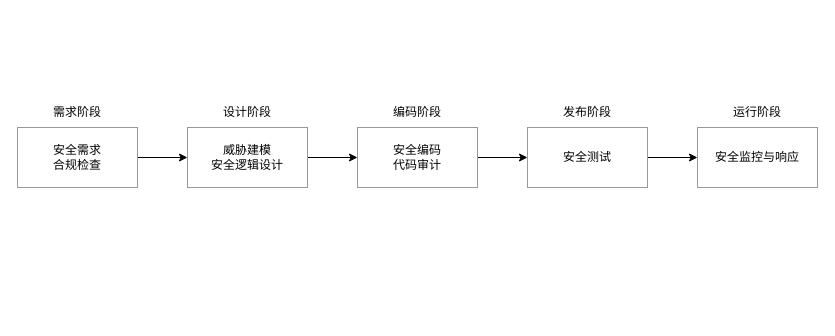
razor/1102_decoration keeps this draw.io diagram as page "SDLC" (5 of 5) of security_layer0.drawio. Above is the earlier version. Source tidied: cells renumbered, new cells numbered last; positions are measured from the earlier drawing's top-left corner, leaving out a move shared by most shapes. Both pictures are drawn from the tidied source at 100%, with x=0, y=0 at pixel (17, 97).
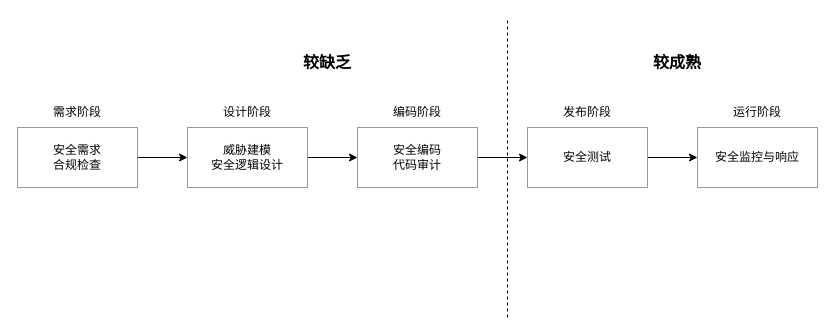
After the change.

The edit, as a diff of the source:
```diff
@@
 <mxGraphModel>
   <root>
     <mxCell id="0" />
     <mxCell id="1" parent="0" />
     <mxCell id="2" style="edgeStyle=orthogonalEdgeStyle;rounded=0;jettySize=auto;html=1;exitX=1;exitY=0.5;exitDx=0;exitDy=0;entryX=0;entryY=0.5;entryDx=0;entryDy=0;" parent="1" edge="1" source="3" target="6">
       <mxGeometry relative="1" as="geometry" />
     </mxCell>
     <mxCell id="3" value="安全需求&lt;br&gt;合规检查" style="rounded=0;whiteSpace=wrap;html=1;strokeColor=#999999;" parent="1" vertex="1">
       <mxGeometry y="30" width="120" height="60" as="geometry" />
     </mxCell>
     <mxCell id="4" value="需求阶段" style="text;html=1;strokeColor=none;fillColor=none;align=center;verticalAlign=middle;whiteSpace=wrap;rounded=0;" parent="1" vertex="1">
       <mxGeometry x="30" width="60" height="30" as="geometry" />
     </mxCell>
     <mxCell id="5" style="edgeStyle=orthogonalEdgeStyle;rounded=0;jettySize=auto;html=1;exitX=1;exitY=0.5;exitDx=0;exitDy=0;entryX=0;entryY=0.5;entryDx=0;entryDy=0;" parent="1" edge="1" source="6" target="9">
       <mxGeometry relative="1" as="geometry" />
     </mxCell>
     <mxCell id="6" value="威胁建模&lt;br&gt;安全逻辑设计" style="rounded=0;whiteSpace=wrap;html=1;strokeColor=#999999;" parent="1" vertex="1">
       <mxGeometry x="170" y="30" width="120" height="60" as="geometry" />
     </mxCell>
     <mxCell id="7" value="设计阶段" style="text;html=1;strokeColor=none;fillColor=none;align=center;verticalAlign=middle;whiteSpace=wrap;rounded=0;" parent="1" vertex="1">
       <mxGeometry x="200" width="60" height="30" as="geometry" />
     </mxCell>
     <mxCell id="8" style="edgeStyle=orthogonalEdgeStyle;rounded=0;jettySize=auto;html=1;exitX=1;exitY=0.5;exitDx=0;exitDy=0;entryX=0;entryY=0.5;entryDx=0;entryDy=0;" parent="1" edge="1" source="9" target="12">
       <mxGeometry relative="1" as="geometry" />
     </mxCell>
     <mxCell id="9" value="安全编码&lt;br&gt;代码审计" style="rounded=0;whiteSpace=wrap;html=1;strokeColor=#999999;" parent="1" vertex="1">
       <mxGeometry x="340" y="30" width="120" height="60" as="geometry" />
     </mxCell>
     <mxCell id="10" value="编码阶段" style="text;html=1;strokeColor=none;fillColor=none;align=center;verticalAlign=middle;whiteSpace=wrap;rounded=0;" parent="1" vertex="1">
       <mxGeometry x="370" width="60" height="30" as="geometry" />
     </mxCell>
     <mxCell id="11" style="edgeStyle=orthogonalEdgeStyle;rounded=0;jettySize=auto;html=1;exitX=1;exitY=0.5;exitDx=0;exitDy=0;entryX=0;entryY=0.5;entryDx=0;entryDy=0;" parent="1" edge="1" source="12" target="14">
       <mxGeometry relative="1" as="geometry" />
     </mxCell>
     <mxCell id="12" value="安全测试" style="rounded=0;whiteSpace=wrap;html=1;strokeColor=#999999;" parent="1" vertex="1">
       <mxGeometry x="510" y="30" width="120" height="60" as="geometry" />
     </mxCell>
     <mxCell id="13" value="发布阶段" style="text;html=1;strokeColor=none;fillColor=none;align=center;verticalAlign=middle;whiteSpace=wrap;rounded=0;" parent="1" vertex="1">
       <mxGeometry x="540" width="60" height="30" as="geometry" />
     </mxCell>
     <mxCell id="14" value="安全监控与响应" style="rounded=0;whiteSpace=wrap;html=1;strokeColor=#999999;" parent="1" vertex="1">
       <mxGeometry x="680" y="30" width="120" height="60" as="geometry" />
     </mxCell>
     <mxCell id="15" value="运行阶段" style="text;html=1;strokeColor=none;fillColor=none;align=center;verticalAlign=middle;whiteSpace=wrap;rounded=0;" parent="1" vertex="1">
       <mxGeometry x="710" width="60" height="30" as="geometry" />
     </mxCell>
+    <mxCell id="16" style="endArrow=none;dashed=1;html=1;rounded=0;" parent="1" edge="1">
+      <mxGeometry relative="1" as="geometry">
+        <mxPoint x="490" y="220" as="sourcePoint" />
+        <mxPoint x="490" y="-80" as="targetPoint" />
+      </mxGeometry>
+    </mxCell>
+    <mxCell id="17" value="较缺乏" style="text;html=1;strokeColor=none;fillColor=none;align=center;verticalAlign=middle;whiteSpace=wrap;rounded=0;fontSize=16;fontStyle=1;" parent="1" vertex="1">
+      <mxGeometry x="280" y="-50" width="60" height="30" as="geometry" />
+    </mxCell>
+    <mxCell id="18" value="较成熟" style="text;html=1;strokeColor=none;fillColor=none;align=center;verticalAlign=middle;whiteSpace=wrap;rounded=0;fontSize=16;fontStyle=1;" parent="1" vertex="1">
+      <mxGeometry x="630" y="-50" width="60" height="30" as="geometry" />
+    </mxCell>
   </root>
 </mxGraphModel>
```
